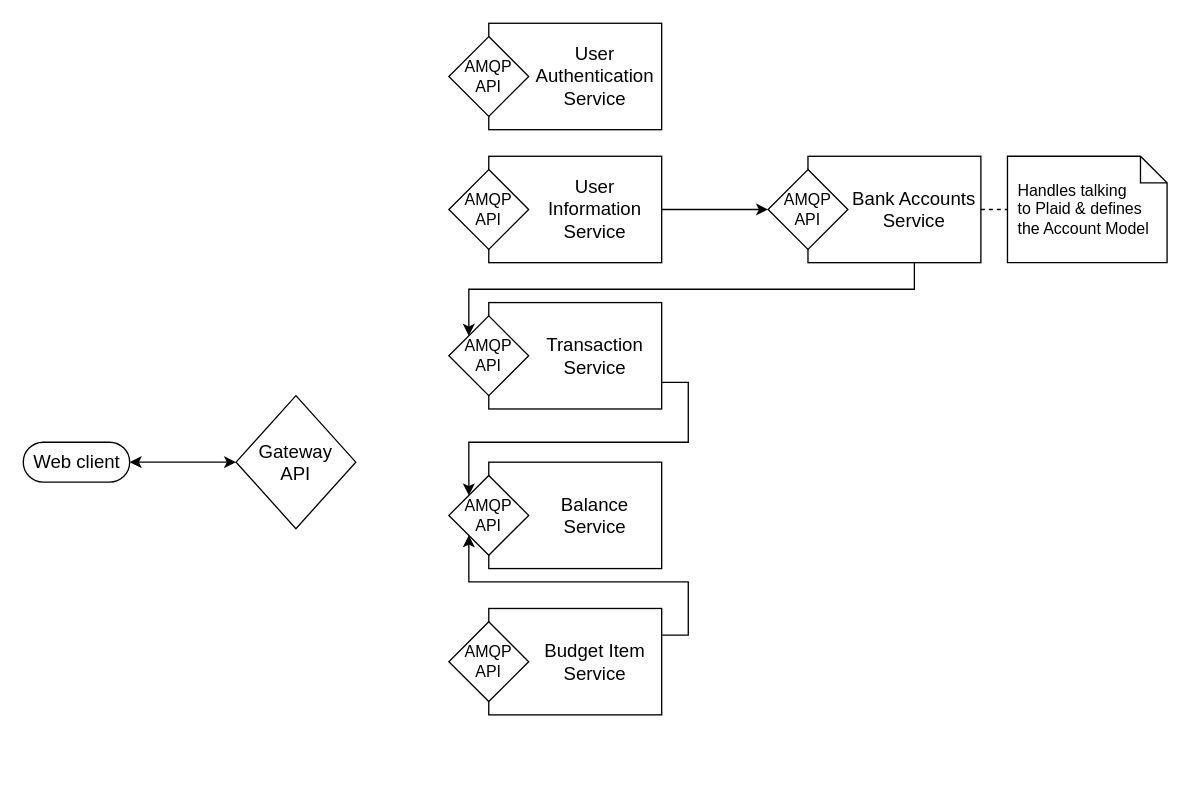
The draw.io diagram MVP_design.drawio in cheese-drawer/meta, before the edit. Source tidied: cells renumbered, new cells numbered last; positions are measured from the earlier drawing's top-left corner, leaving out a move shared by most shapes. Both pictures are drawn from the tidied source at 133%, with x=0, y=0 at pixel (23, 23).
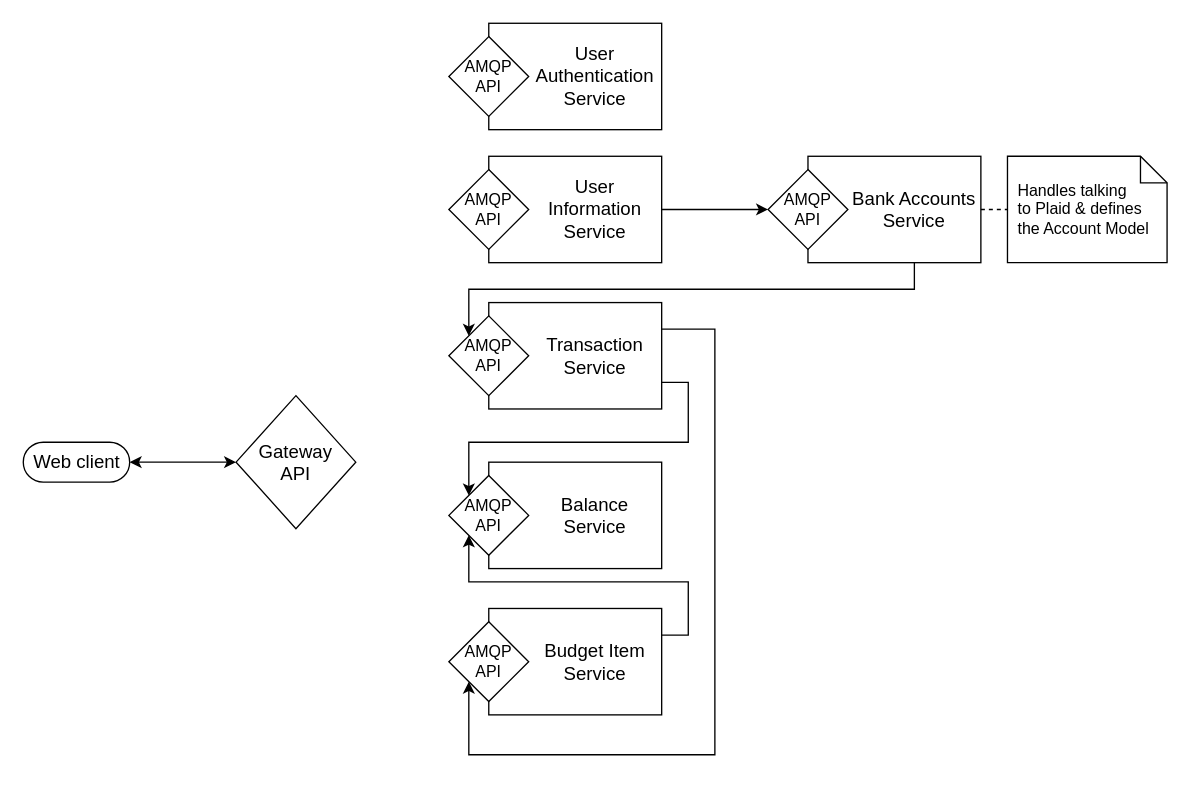
After the change.

Commit message:
Add relationship between Transactions and Budget Items

Unchanged cells that the change refers to:
```xml
<mxCell id="20" value="Transaction Service" style="text;html=1;strokeColor=none;fillColor=none;align=center;verticalAlign=middle;whiteSpace=wrap;rounded=0;dashed=1;fontSize=14;" parent="17" vertex="1">
  <mxGeometry x="60" width="100" height="80" as="geometry" />
</mxCell>
<mxCell id="25" value="&lt;div&gt;AMQP &lt;br&gt;&lt;/div&gt;&lt;div&gt;API&lt;/div&gt;" style="shape=rhombus;html=1;dashed=0;whitespace=wrap;perimeter=rhombusPerimeter;whiteSpace=wrap;fontSize=12;" parent="23" vertex="1">
  <mxGeometry y="10" width="60" height="60" as="geometry" />
</mxCell>
```

Diff of the diagram source:
```diff
@@
+    <mxCell id="35" style="edgeStyle=orthogonalEdgeStyle;rounded=0;jettySize=auto;html=1;startArrow=none;startFill=0;entryX=0;entryY=1;entryDx=0;entryDy=0;exitX=1;exitY=0.25;exitDx=0;exitDy=0;" parent="1" edge="1" source="20" target="25">
+      <mxGeometry relative="1" as="geometry">
+        <Array as="points">
+          <mxPoint x="520" y="230" />
+          <mxPoint x="520" y="550" />
+          <mxPoint x="335" y="550" />
+        </Array>
+      </mxGeometry>
+    </mxCell>
```
